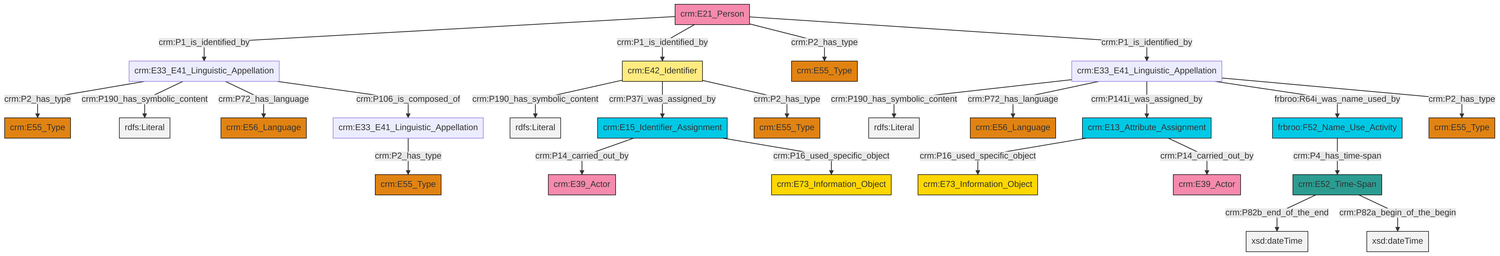
This is et/personCSV/ttl/mmd/png/Person_Names_and_Classification.png from swiss-art-research-net/docs.swissartresearch, a Mermaid export, as it was before one commit. Its source is kept beside it as et/personCSV/ttl/mmd/Person_Names_and_Classification.ttl.mmd.
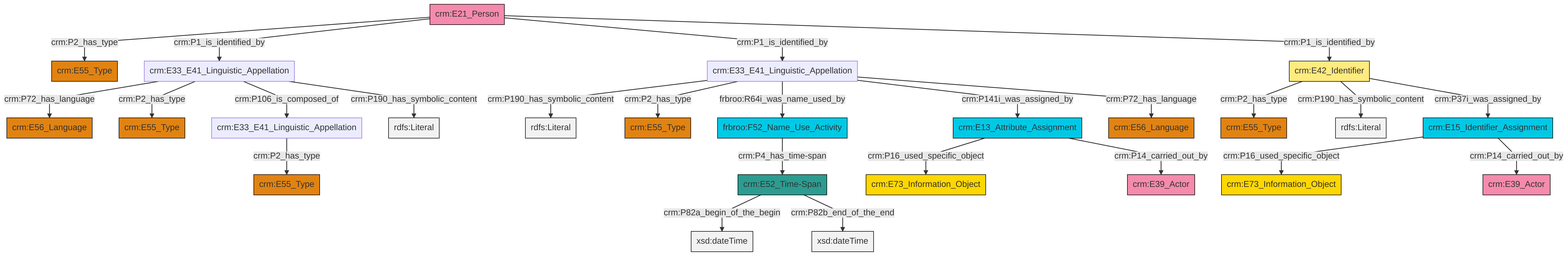
The same file after the commit.

The edit, as a diff of the source:
```diff
@@ -13,27 +13,27 @@
 classDef PC_Classes fill:#4ce600, stroke:#000000;
 classDef Multi fill:#cccccc,stroke:#000000;
 
-0["crm:E42_Identifier"]:::Appellation -->|crm:P190_has_symbolic_content| 1[rdfs:Literal]:::Literal
-6["crm:E52_Time-Span"]:::Time-Span -->|crm:P82b_end_of_the_end| 7[xsd:dateTime]:::Literal
-14["crm:E15_Identifier_Assignment"]:::Temporal_Entity -->|crm:P14_carried_out_by| 15["crm:E39_Actor"]:::Actor
-16["crm:E21_Person"]:::Actor -->|crm:P1_is_identified_by| 17["crm:E33_E41_Linguistic_Appellation"]:::Default
-20["crm:E33_E41_Linguistic_Appellation"]:::Default -->|crm:P190_has_symbolic_content| 21[rdfs:Literal]:::Literal
-12["frbroo:F52_Name_Use_Activity"]:::Temporal_Entity -->|crm:P4_has_time-span| 6["crm:E52_Time-Span"]:::Time-Span
-16["crm:E21_Person"]:::Actor -->|crm:P1_is_identified_by| 0["crm:E42_Identifier"]:::Appellation
-0["crm:E42_Identifier"]:::Appellation -->|crm:P37i_was_assigned_by| 14["crm:E15_Identifier_Assignment"]:::Temporal_Entity
-20["crm:E33_E41_Linguistic_Appellation"]:::Default -->|crm:P72_has_language| 23["crm:E56_Language"]:::Type
-8["crm:E33_E41_Linguistic_Appellation"]:::Default -->|crm:P2_has_type| 26["crm:E55_Type"]:::Type
-20["crm:E33_E41_Linguistic_Appellation"]:::Default -->|crm:P141i_was_assigned_by| 10["crm:E13_Attribute_Assignment"]:::Temporal_Entity
-14["crm:E15_Identifier_Assignment"]:::Temporal_Entity -->|crm:P16_used_specific_object| 28["crm:E73_Information_Object"]:::Conceptual_Object
-0["crm:E42_Identifier"]:::Appellation -->|crm:P2_has_type| 24["crm:E55_Type"]:::Type
-16["crm:E21_Person"]:::Actor -->|crm:P2_has_type| 30["crm:E55_Type"]:::Type
-20["crm:E33_E41_Linguistic_Appellation"]:::Default -->|frbroo:R64i_was_name_used_by| 12["frbroo:F52_Name_Use_Activity"]:::Temporal_Entity
-17["crm:E33_E41_Linguistic_Appellation"]:::Default -->|crm:P2_has_type| 18["crm:E55_Type"]:::Type
-20["crm:E33_E41_Linguistic_Appellation"]:::Default -->|crm:P2_has_type| 2["crm:E55_Type"]:::Type
-17["crm:E33_E41_Linguistic_Appellation"]:::Default -->|crm:P190_has_symbolic_content| 32[rdfs:Literal]:::Literal
-10["crm:E13_Attribute_Assignment"]:::Temporal_Entity -->|crm:P16_used_specific_object| 34["crm:E73_Information_Object"]:::Conceptual_Object
-6["crm:E52_Time-Span"]:::Time-Span -->|crm:P82a_begin_of_the_begin| 37[xsd:dateTime]:::Literal
-17["crm:E33_E41_Linguistic_Appellation"]:::Default -->|crm:P72_has_language| 4["crm:E56_Language"]:::Type
-17["crm:E33_E41_Linguistic_Appellation"]:::Default -->|crm:P106_is_composed_of| 8["crm:E33_E41_Linguistic_Appellation"]:::Default
-16["crm:E21_Person"]:::Actor -->|crm:P1_is_identified_by| 20["crm:E33_E41_Linguistic_Appellation"]:::Default
-10["crm:E13_Attribute_Assignment"]:::Temporal_Entity -->|crm:P14_carried_out_by| 41["crm:E39_Actor"]:::Actor
+0["crm:E52_Time-Span"]:::Time-Span -->|crm:P82a_begin_of_the_begin| 1[xsd:dateTime]:::Literal
+2["crm:E21_Person"]:::Actor -->|crm:P2_has_type| 3["crm:E55_Type"]:::Type
+4["crm:E13_Attribute_Assignment"]:::Temporal_Entity -->|crm:P16_used_specific_object| 5["crm:E73_Information_Object"]:::Conceptual_Object
+6["frbroo:F52_Name_Use_Activity"]:::Temporal_Entity -->|crm:P4_has_time-span| 0["crm:E52_Time-Span"]:::Time-Span
+4["crm:E13_Attribute_Assignment"]:::Temporal_Entity -->|crm:P14_carried_out_by| 10["crm:E39_Actor"]:::Actor
+2["crm:E21_Person"]:::Actor -->|crm:P1_is_identified_by| 11["crm:E33_E41_Linguistic_Appellation"]:::Default
+11["crm:E33_E41_Linguistic_Appellation"]:::Default -->|crm:P72_has_language| 12["crm:E56_Language"]:::Type
+19["crm:E15_Identifier_Assignment"]:::Temporal_Entity -->|crm:P16_used_specific_object| 20["crm:E73_Information_Object"]:::Conceptual_Object
+0["crm:E52_Time-Span"]:::Time-Span -->|crm:P82b_end_of_the_end| 27[xsd:dateTime]:::Literal
+17["crm:E33_E41_Linguistic_Appellation"]:::Default -->|crm:P190_has_symbolic_content| 28[rdfs:Literal]:::Literal
+11["crm:E33_E41_Linguistic_Appellation"]:::Default -->|crm:P2_has_type| 21["crm:E55_Type"]:::Type
+33["crm:E42_Identifier"]:::Appellation -->|crm:P2_has_type| 23["crm:E55_Type"]:::Type
+11["crm:E33_E41_Linguistic_Appellation"]:::Default -->|crm:P106_is_composed_of| 13["crm:E33_E41_Linguistic_Appellation"]:::Default
+11["crm:E33_E41_Linguistic_Appellation"]:::Default -->|crm:P190_has_symbolic_content| 35[rdfs:Literal]:::Literal
+2["crm:E21_Person"]:::Actor -->|crm:P1_is_identified_by| 17["crm:E33_E41_Linguistic_Appellation"]:::Default
+19["crm:E15_Identifier_Assignment"]:::Temporal_Entity -->|crm:P14_carried_out_by| 38["crm:E39_Actor"]:::Actor
+33["crm:E42_Identifier"]:::Appellation -->|crm:P190_has_symbolic_content| 39[rdfs:Literal]:::Literal
+17["crm:E33_E41_Linguistic_Appellation"]:::Default -->|crm:P2_has_type| 40["crm:E55_Type"]:::Type
+17["crm:E33_E41_Linguistic_Appellation"]:::Default -->|frbroo:R64i_was_name_used_by| 6["frbroo:F52_Name_Use_Activity"]:::Temporal_Entity
+17["crm:E33_E41_Linguistic_Appellation"]:::Default -->|crm:P141i_was_assigned_by| 4["crm:E13_Attribute_Assignment"]:::Temporal_Entity
+33["crm:E42_Identifier"]:::Appellation -->|crm:P37i_was_assigned_by| 19["crm:E15_Identifier_Assignment"]:::Temporal_Entity
+17["crm:E33_E41_Linguistic_Appellation"]:::Default -->|crm:P72_has_language| 8["crm:E56_Language"]:::Type
+13["crm:E33_E41_Linguistic_Appellation"]:::Default -->|crm:P2_has_type| 29["crm:E55_Type"]:::Type
+2["crm:E21_Person"]:::Actor -->|crm:P1_is_identified_by| 33["crm:E42_Identifier"]:::Appellation
```
